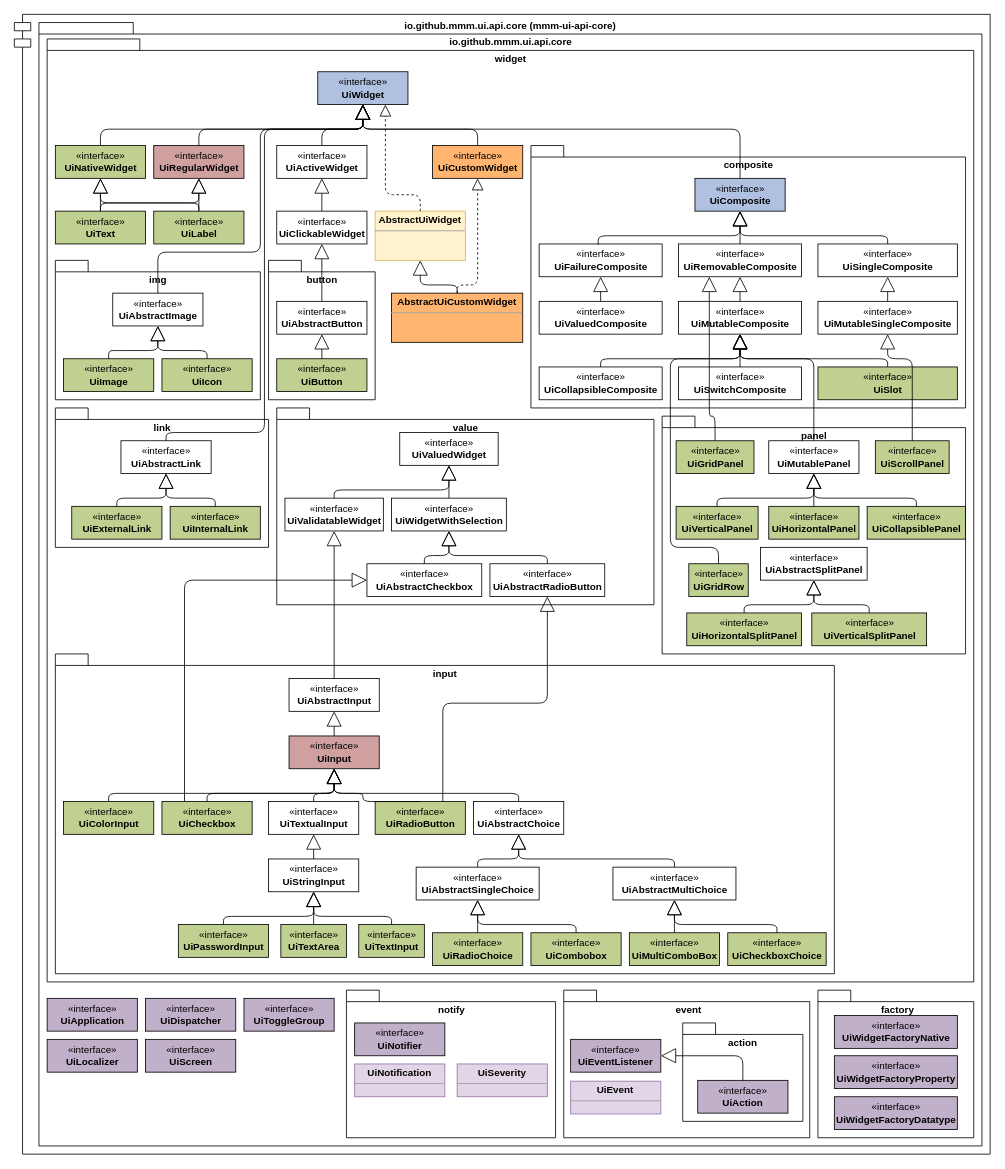
The draw.io diagram page "core" (1 of 13) of src/main/javadoc/doc-files/ui-api.drawio in m-m-m/ui-api, before the edit. Source tidied: cells renumbered, new cells numbered last; positions are measured from the earlier drawing's top-left corner, leaving out a move shared by most shapes. Both pictures are drawn from the tidied source at 82%, with x=0, y=0 at pixel (14, 14).
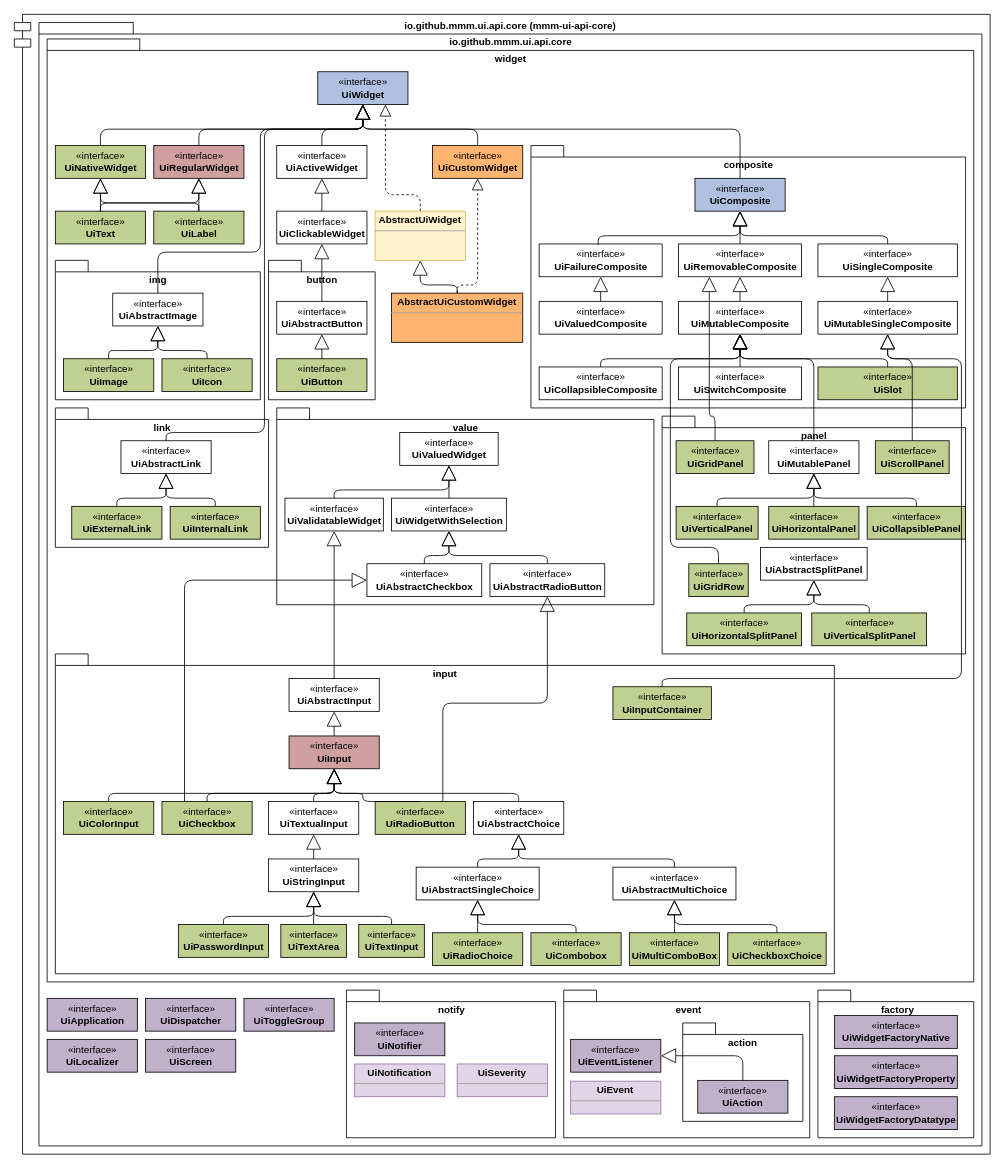
After the change.

The change refers to these unchanged cells:
```xml
<mxCell id="35" value="«interface»&lt;br&gt;&lt;b&gt;UiMutableSingleComposite&lt;/b&gt;" style="html=1;" parent="1" vertex="1">
  <mxGeometry x="980" y="350" width="170" height="40" as="geometry" />
</mxCell>
```

Diff of the diagram source:
```diff
@@
+    <mxCell id="153" value="«interface»&lt;br&gt;&lt;b&gt;UiInputContainer&lt;/b&gt;" style="html=1;fillColor=#C0D090;" parent="1" vertex="1">
+      <mxGeometry x="730" y="820" width="120" height="40" as="geometry" />
+    </mxCell>
+    <mxCell id="154" style="endArrow=block;endSize=16;endFill=0;html=1;exitX=0.5;exitY=0;exitDx=0;exitDy=0;edgeStyle=orthogonalEdgeStyle;entryX=0.5;entryY=1;entryDx=0;entryDy=0;" parent="1" edge="1" source="153" target="35">
+      <mxGeometry relative="1" as="geometry">
+        <Array as="points">
+          <mxPoint x="790" y="810" />
+          <mxPoint x="1155" y="810" />
+          <mxPoint x="1155" y="420" />
+          <mxPoint x="1065" y="420" />
+        </Array>
+      </mxGeometry>
+    </mxCell>
```
